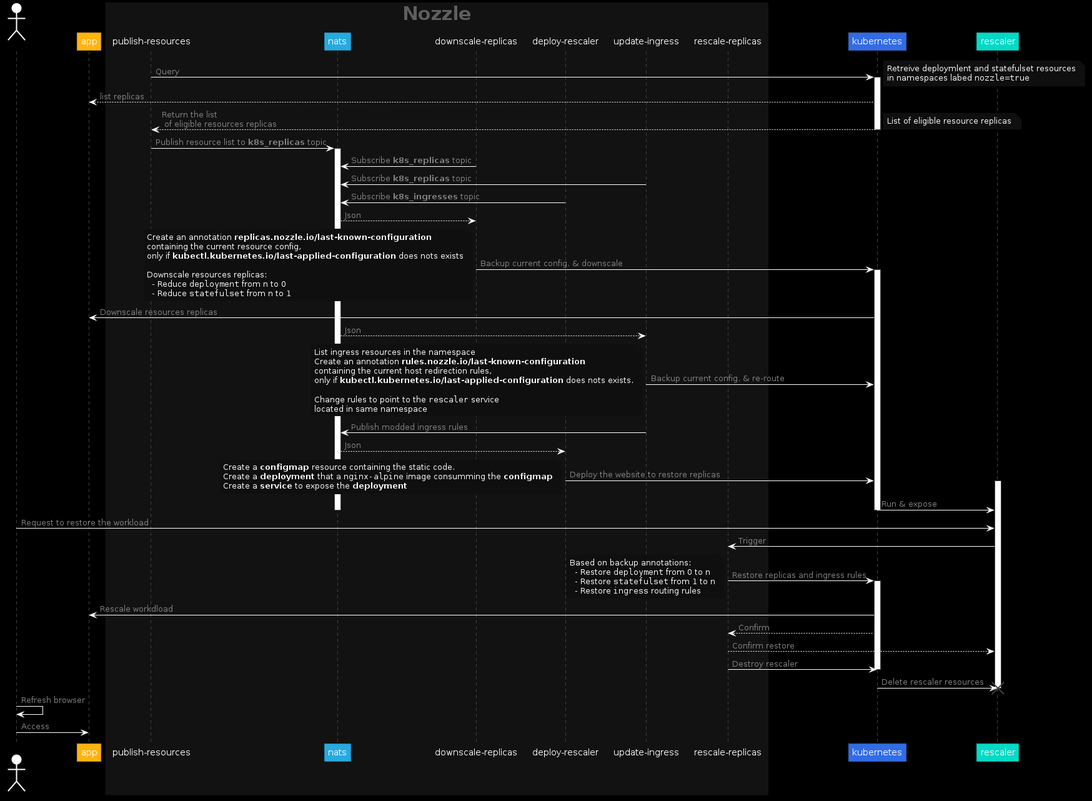
Above: docs/diagrams/nozzle/nozzle.png in fjudith/nozzle (PlantUML), before the change.
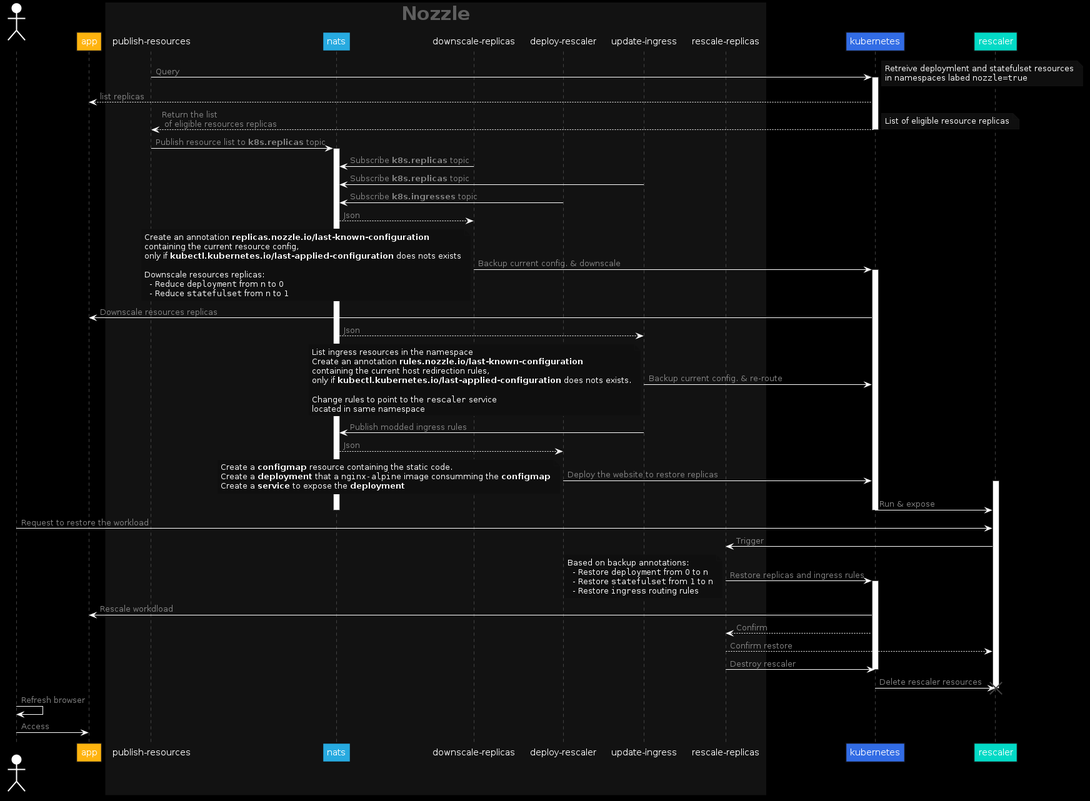
After the commit.

Change to the diagram source:
```diff
@@ -56,12 +56,12 @@
    List of eligible resource replicas
 end note
 
-"publish-resources" -> "nats": Publish resource list to **k8s_replicas** topic
+"publish-resources" -> "nats": Publish resource list to **k8s.replicas** topic
 activate "nats"
 
-"downscale-replicas" -> "nats": Subscribe **k8s_replicas** topic
-"update-ingress" -> "nats": Subscribe **k8s_replicas** topic
-"deploy-rescaler" -> "nats": Subscribe **k8s_ingresses** topic
+"downscale-replicas" -> "nats": Subscribe **k8s.replicas** topic
+"update-ingress" -> "nats": Subscribe **k8s.replicas** topic
+"deploy-rescaler" -> "nats": Subscribe **k8s.ingresses** topic
 
 "nats" --> "downscale-replicas": Json
 "downscale-replicas" -> "kubernetes": Backup current config. & downscale
```
